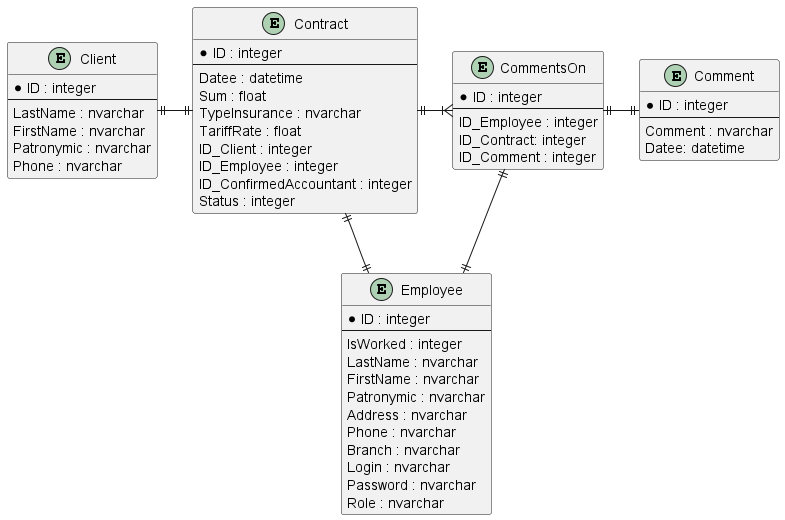
Earlier version of the PlantUML export out/Resource/ER диаграмма/ER диаграмма.png (MiFit1/OSOGO). Source of this version:
```plantuml
@startuml
entity "Contract" as Contract {
    *ID : integer
    --
    Datee : datetime
    Sum : float
    TypeInsurance : nvarchar
    TariffRate : float
    ID_Client : integer
    ID_Employee : integer
    ID_ConfirmedAccountant : integer
    Status : integer
}

entity "Client" as Client {
    *ID : integer
    --
    LastName : nvarchar
    FirstName : nvarchar
    Patronymic : nvarchar
    Phone : nvarchar
}

entity "Employee" as Employee {
    *ID : integer
    --
    IsWorked : integer
    LastName : nvarchar
    FirstName : nvarchar
    Patronymic : nvarchar
    Address : nvarchar
    Phone : nvarchar
    Branch : nvarchar
    Login : nvarchar
    Password : nvarchar
    Role : nvarchar
}

entity "CommentsOn" as CommentsOn {
    *ID : integer
    --
    ID_Employee : integer
    ID_Contract: integer
    ID_Comment : integer
}

entity "Comment" as Comment {
    *ID : integer
    --
    Comment : nvarchar
    Datee: datetime
}

Contract ||-l-|| Client
Contract ||--|| Employee
CommentsOn }|-l-|| Contract
CommentsOn ||-r-|| Comment
CommentsOn ||--|| Employee
@enduml
```
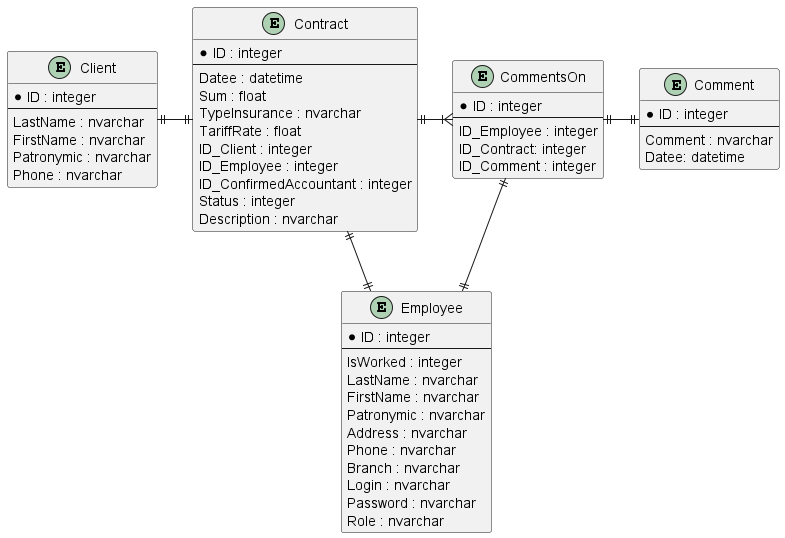
Later version of the same file.

The edit, as a diff of the source:
```diff
@@ -10,6 +10,7 @@
     ID_Employee : integer
     ID_ConfirmedAccountant : integer
     Status : integer
+    Description : nvarchar
 }
 
 entity "Client" as Client {
```
